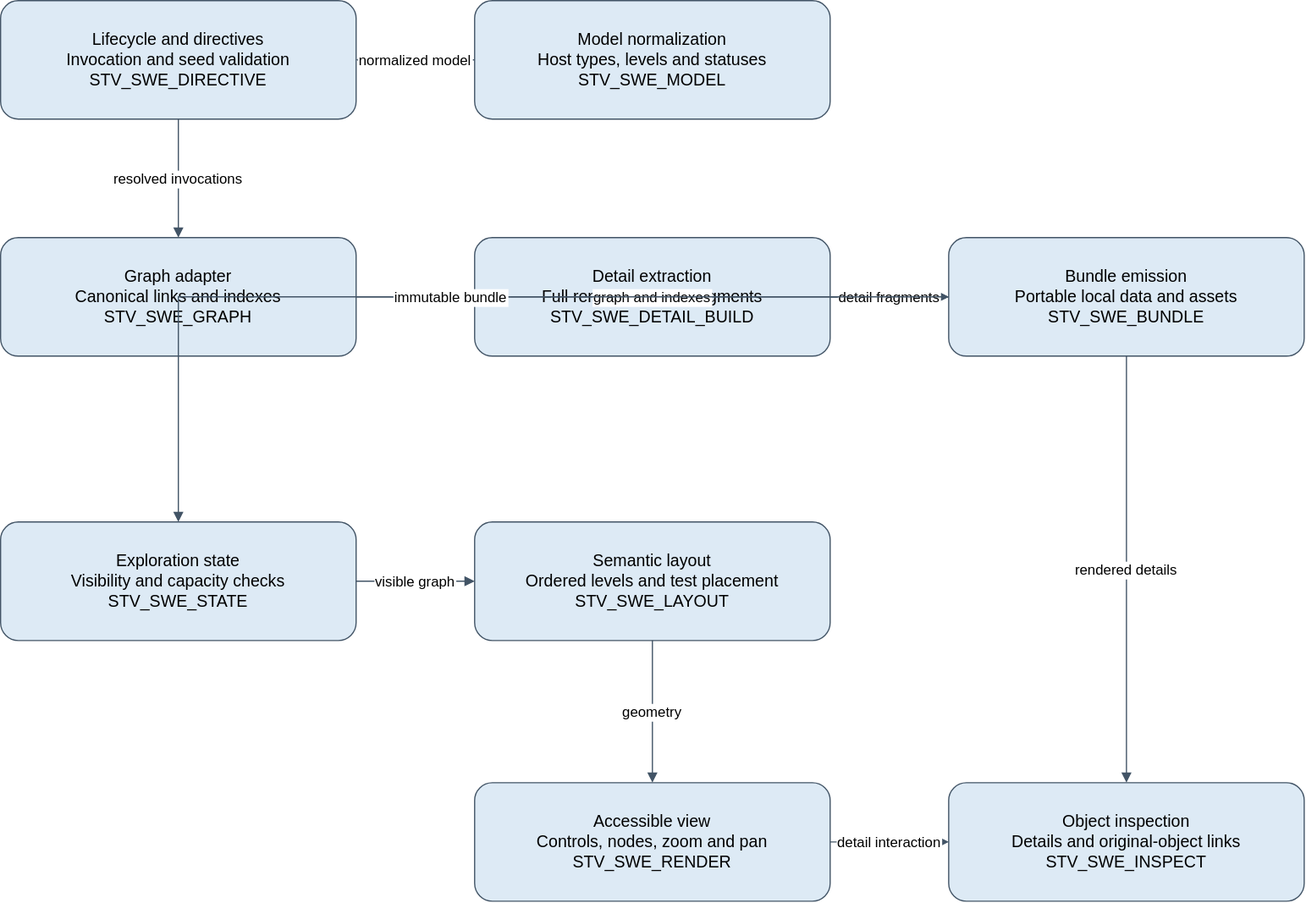
sysblacksmith/STV_sphinx-traceability-view keeps this draw.io diagram as docs/architecture/diagrams/software-architecture.svg. Above is the earlier version. Source tidied: cells renumbered, new cells last; positions are measured from the earlier drawing's top-left corner, leaving out a move shared by most shapes.
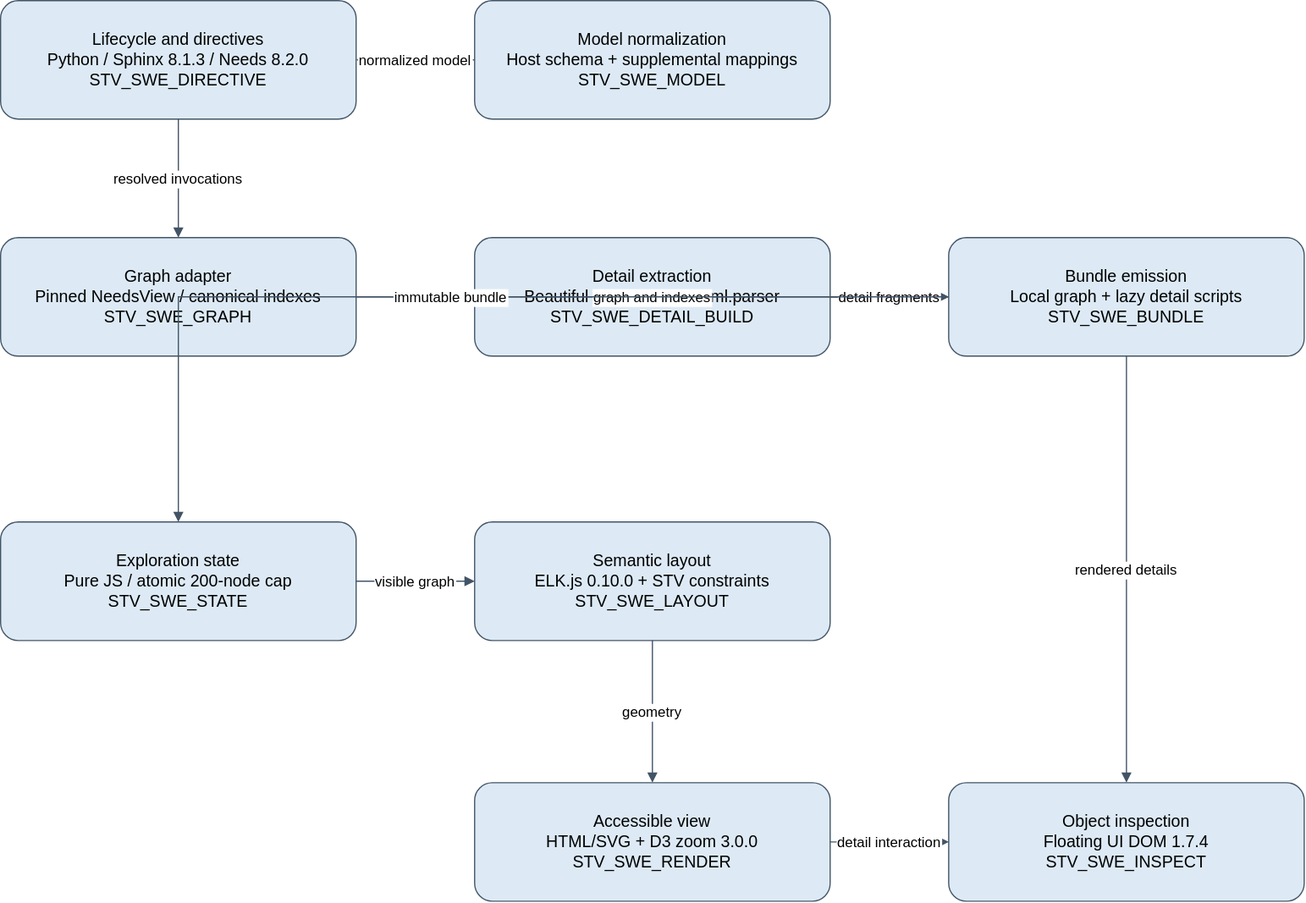
After the change.

The edit, as a diff of the source:
```diff
@@ -2,31 +2,31 @@
   <root>
     <mxCell id="0" />
     <mxCell id="1" parent="0" />
-    <mxCell id="2" value="Lifecycle and directives&#10;Invocation and seed validation&#10;STV_SWE_DIRECTIVE" style="rounded=1;whiteSpace=wrap;html=0;fillColor=#ddeaf5;strokeColor=#425466;fontSize=14;spacing=12;" parent="1" vertex="1">
+    <mxCell id="2" value="Lifecycle and directives&#10;Python / Sphinx 8.1.3 / Needs 8.2.0&#10;STV_SWE_DIRECTIVE" style="rounded=1;whiteSpace=wrap;html=0;fillColor=#ddeaf5;strokeColor=#425466;fontSize=14;spacing=12;" parent="1" vertex="1">
       <mxGeometry width="300" height="100" as="geometry" />
     </mxCell>
-    <mxCell id="3" value="Model normalization&#10;Host types, levels and statuses&#10;STV_SWE_MODEL" style="rounded=1;whiteSpace=wrap;html=0;fillColor=#ddeaf5;strokeColor=#425466;fontSize=14;spacing=12;" parent="1" vertex="1">
+    <mxCell id="3" value="Model normalization&#10;Host schema + supplemental mappings&#10;STV_SWE_MODEL" style="rounded=1;whiteSpace=wrap;html=0;fillColor=#ddeaf5;strokeColor=#425466;fontSize=14;spacing=12;" parent="1" vertex="1">
       <mxGeometry x="400" width="300" height="100" as="geometry" />
     </mxCell>
-    <mxCell id="4" value="Graph adapter&#10;Canonical links and indexes&#10;STV_SWE_GRAPH" style="rounded=1;whiteSpace=wrap;html=0;fillColor=#ddeaf5;strokeColor=#425466;fontSize=14;spacing=12;" parent="1" vertex="1">
+    <mxCell id="4" value="Graph adapter&#10;Pinned NeedsView / canonical indexes&#10;STV_SWE_GRAPH" style="rounded=1;whiteSpace=wrap;html=0;fillColor=#ddeaf5;strokeColor=#425466;fontSize=14;spacing=12;" parent="1" vertex="1">
       <mxGeometry y="200" width="300" height="100" as="geometry" />
     </mxCell>
-    <mxCell id="5" value="Detail extraction&#10;Full rendered Need fragments&#10;STV_SWE_DETAIL_BUILD" style="rounded=1;whiteSpace=wrap;html=0;fillColor=#ddeaf5;strokeColor=#425466;fontSize=14;spacing=12;" parent="1" vertex="1">
+    <mxCell id="5" value="Detail extraction&#10;Beautiful Soup 4.13.5 / html.parser&#10;STV_SWE_DETAIL_BUILD" style="rounded=1;whiteSpace=wrap;html=0;fillColor=#ddeaf5;strokeColor=#425466;fontSize=14;spacing=12;" parent="1" vertex="1">
       <mxGeometry x="400" y="200" width="300" height="100" as="geometry" />
     </mxCell>
-    <mxCell id="6" value="Bundle emission&#10;Portable local data and assets&#10;STV_SWE_BUNDLE" style="rounded=1;whiteSpace=wrap;html=0;fillColor=#ddeaf5;strokeColor=#425466;fontSize=14;spacing=12;" parent="1" vertex="1">
+    <mxCell id="6" value="Bundle emission&#10;Local graph + lazy detail scripts&#10;STV_SWE_BUNDLE" style="rounded=1;whiteSpace=wrap;html=0;fillColor=#ddeaf5;strokeColor=#425466;fontSize=14;spacing=12;" parent="1" vertex="1">
       <mxGeometry x="800" y="200" width="300" height="100" as="geometry" />
     </mxCell>
-    <mxCell id="7" value="Exploration state&#10;Visibility and capacity checks&#10;STV_SWE_STATE" style="rounded=1;whiteSpace=wrap;html=0;fillColor=#ddeaf5;strokeColor=#425466;fontSize=14;spacing=12;" parent="1" vertex="1">
+    <mxCell id="7" value="Exploration state&#10;Pure JS / atomic 200-node cap&#10;STV_SWE_STATE" style="rounded=1;whiteSpace=wrap;html=0;fillColor=#ddeaf5;strokeColor=#425466;fontSize=14;spacing=12;" parent="1" vertex="1">
       <mxGeometry y="440" width="300" height="100" as="geometry" />
     </mxCell>
-    <mxCell id="8" value="Semantic layout&#10;Ordered levels and test placement&#10;STV_SWE_LAYOUT" style="rounded=1;whiteSpace=wrap;html=0;fillColor=#ddeaf5;strokeColor=#425466;fontSize=14;spacing=12;" parent="1" vertex="1">
+    <mxCell id="8" value="Semantic layout&#10;ELK.js 0.10.0 + STV constraints&#10;STV_SWE_LAYOUT" style="rounded=1;whiteSpace=wrap;html=0;fillColor=#ddeaf5;strokeColor=#425466;fontSize=14;spacing=12;" parent="1" vertex="1">
       <mxGeometry x="400" y="440" width="300" height="100" as="geometry" />
     </mxCell>
-    <mxCell id="9" value="Accessible view&#10;Controls, nodes, zoom and pan&#10;STV_SWE_RENDER" style="rounded=1;whiteSpace=wrap;html=0;fillColor=#ddeaf5;strokeColor=#425466;fontSize=14;spacing=12;" parent="1" vertex="1">
+    <mxCell id="9" value="Accessible view&#10;HTML/SVG + D3 zoom 3.0.0&#10;STV_SWE_RENDER" style="rounded=1;whiteSpace=wrap;html=0;fillColor=#ddeaf5;strokeColor=#425466;fontSize=14;spacing=12;" parent="1" vertex="1">
       <mxGeometry x="400" y="660" width="300" height="100" as="geometry" />
     </mxCell>
-    <mxCell id="10" value="Object inspection&#10;Details and original-object links&#10;STV_SWE_INSPECT" style="rounded=1;whiteSpace=wrap;html=0;fillColor=#ddeaf5;strokeColor=#425466;fontSize=14;spacing=12;" parent="1" vertex="1">
+    <mxCell id="10" value="Object inspection&#10;Floating UI DOM 1.7.4&#10;STV_SWE_INSPECT" style="rounded=1;whiteSpace=wrap;html=0;fillColor=#ddeaf5;strokeColor=#425466;fontSize=14;spacing=12;" parent="1" vertex="1">
       <mxGeometry x="800" y="660" width="300" height="100" as="geometry" />
     </mxCell>
     <mxCell id="11" value="normalized model" style="edgeStyle=orthogonalEdgeStyle;rounded=0;html=0;endArrow=block;strokeColor=#425466;fontSize=12;labelBackgroundColor=#ffffff;" parent="1" edge="1" source="3" target="2">
```
